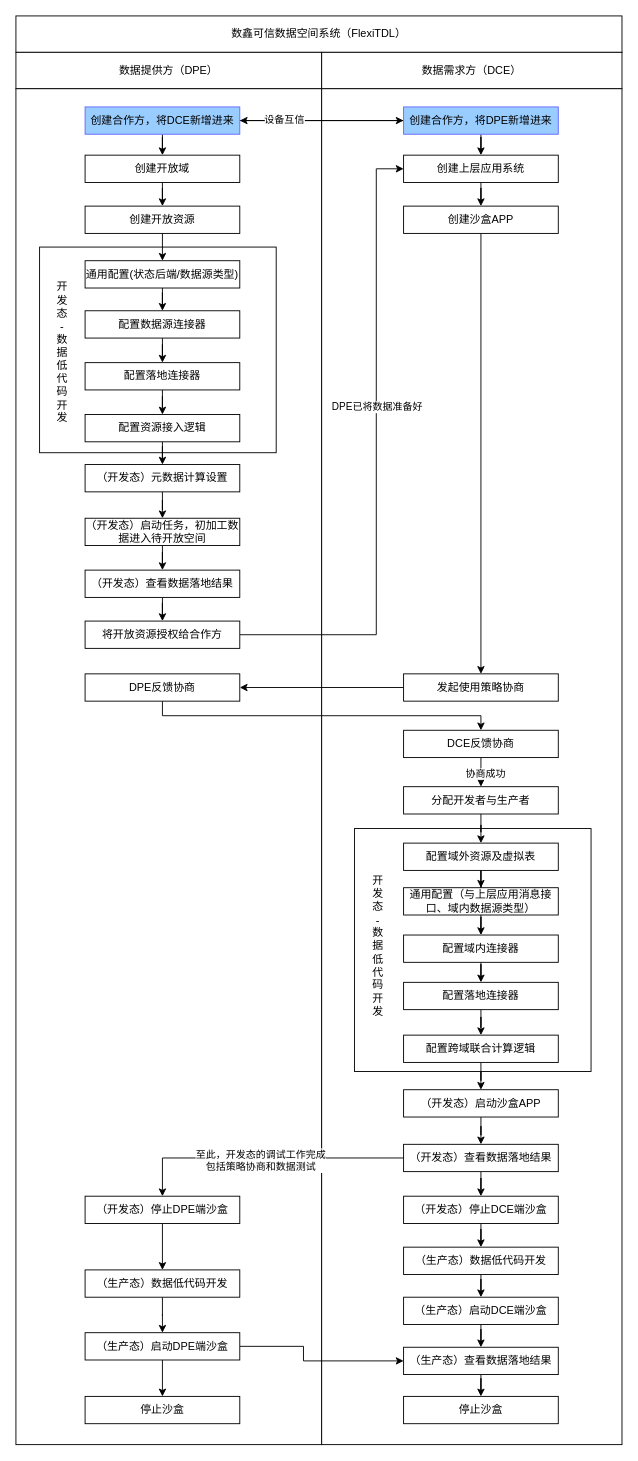
Before: page "第 2 页" (2 of 2) of 数鑫流程.drawio in MiracleEgo/pmp, a draw.io diagram. Source tidied: cells renumbered, new cells numbered last; positions are measured from the earlier drawing's top-left corner, leaving out a move shared by most shapes. Both pictures are drawn from the tidied source at 91%, with x=0, y=0 at pixel (15, 15).
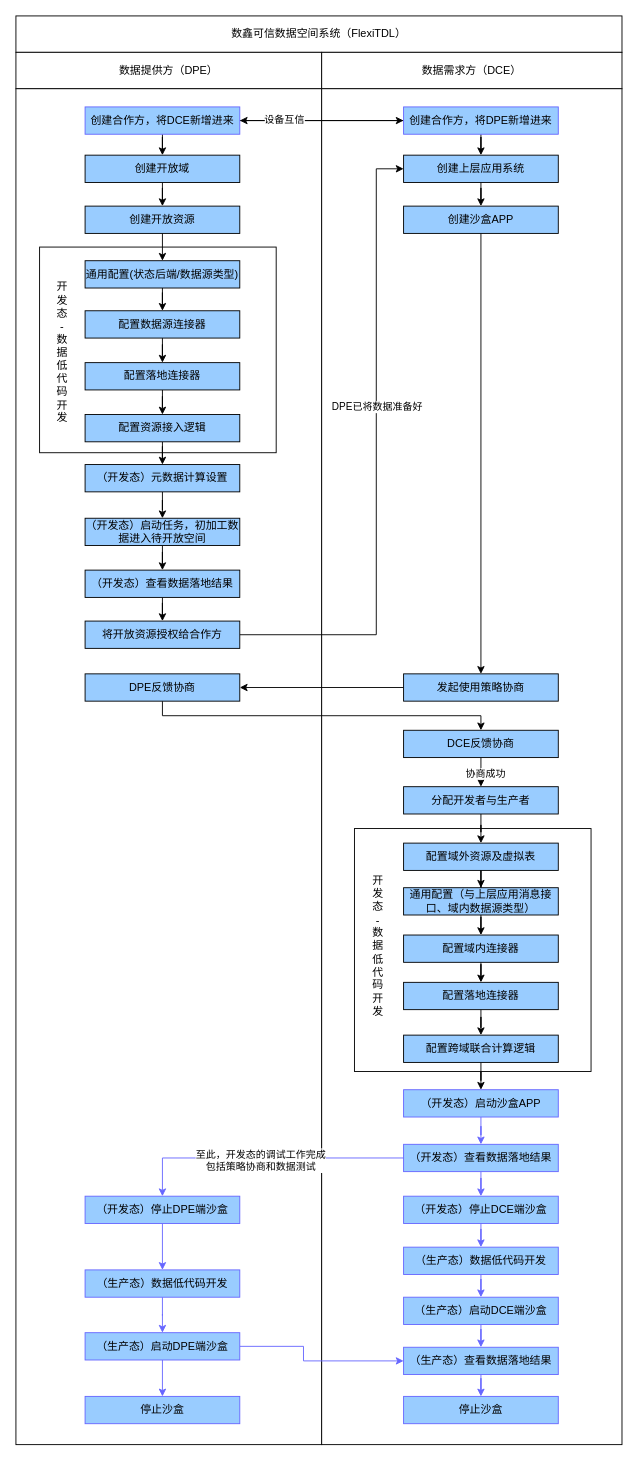
The same diagram, later.

Commit message (it also covers changes not shown here):
更新数鑫流程.drawio

What changed in the source:
```diff
@@
-    <mxCell id="14" style="edgeStyle=orthogonalEdgeStyle;rounded=0;jettySize=auto;html=1;" parent="1" edge="1" source="15" target="16">
+    <mxCell id="14" style="edgeStyle=orthogonalEdgeStyle;rounded=0;jettySize=auto;html=1;fillColor=#99CCFF;" parent="1" edge="1" source="15" target="16">
       <mxGeometry relative="1" as="geometry" />
     </mxCell>
-    <mxCell id="15" value="创建开放域" style="rounded=0;whiteSpace=wrap;html=1;" parent="1" vertex="1">
+    <mxCell id="15" value="创建开放域" style="rounded=0;whiteSpace=wrap;html=1;fillColor=#99CCFF;" parent="1" vertex="1">
       <mxGeometry x="76" y="153" width="170" height="30" as="geometry" />
     </mxCell>
-    <mxCell id="16" value="创建开放资源" style="rounded=0;whiteSpace=wrap;html=1;" parent="1" vertex="1">
+    <mxCell id="16" value="创建开放资源" style="rounded=0;whiteSpace=wrap;html=1;fillColor=#99CCFF;" parent="1" vertex="1">
       <mxGeometry x="76" y="209" width="170" height="30" as="geometry" />
     </mxCell>
-    <mxCell id="17" style="edgeStyle=orthogonalEdgeStyle;rounded=0;jettySize=auto;html=1;" parent="1" edge="1" source="18" target="20">
+    <mxCell id="17" style="edgeStyle=orthogonalEdgeStyle;rounded=0;jettySize=auto;html=1;fillColor=#99CCFF;" parent="1" edge="1" source="18" target="20">
       <mxGeometry relative="1" as="geometry" />
     </mxCell>
-    <mxCell id="18" value="创建上层应用系统" style="rounded=0;whiteSpace=wrap;html=1;" parent="1" vertex="1">
+    <mxCell id="18" value="创建上层应用系统" style="rounded=0;whiteSpace=wrap;html=1;fillColor=#99CCFF;" parent="1" vertex="1">
       <mxGeometry x="426" y="153" width="170" height="30" as="geometry" />
     </mxCell>
@@
-    <mxCell id="20" value="创建沙盒APP" style="rounded=0;whiteSpace=wrap;html=1;" parent="1" vertex="1">
+    <mxCell id="20" value="创建沙盒APP" style="rounded=0;whiteSpace=wrap;html=1;fillColor=#99CCFF;" parent="1" vertex="1">
       <mxGeometry x="426" y="209" width="170" height="30" as="geometry" />
     </mxCell>
@@
-    <mxCell id="22" value="发起使用策略协商" style="rounded=0;whiteSpace=wrap;html=1;" parent="1" vertex="1">
+    <mxCell id="22" value="发起使用策略协商" style="rounded=0;whiteSpace=wrap;html=1;fillColor=#99CCFF;" parent="1" vertex="1">
       <mxGeometry x="426" y="723" width="170" height="30" as="geometry" />
     </mxCell>
@@
-    <mxCell id="24" value="DPE反馈协商" style="rounded=0;whiteSpace=wrap;html=1;" parent="1" vertex="1">
+    <mxCell id="24" value="DPE反馈协商" style="rounded=0;whiteSpace=wrap;html=1;fillColor=#99CCFF;" parent="1" vertex="1">
       <mxGeometry x="76" y="723" width="170" height="30" as="geometry" />
     </mxCell>
-    <mxCell id="25" style="edgeStyle=orthogonalEdgeStyle;rounded=0;jettySize=auto;html=1;" parent="1" edge="1" source="27" target="82">
+    <mxCell id="25" style="edgeStyle=orthogonalEdgeStyle;rounded=0;jettySize=auto;html=1;fillColor=#99CCFF;" parent="1" edge="1" source="27" target="82">
       <mxGeometry relative="1" as="geometry" />
     </mxCell>
-    <mxCell id="26" value="协商成功" style="edgeLabel;html=1;align=center;verticalAlign=middle;" parent="25" vertex="1">
+    <mxCell id="26" value="协商成功" style="edgeLabel;html=1;align=center;verticalAlign=middle;fillColor=#99CCFF;" parent="25" vertex="1">
       <mxGeometry x="0.38" y="4" relative="1" as="geometry" />
     </mxCell>
-    <mxCell id="27" value="DCE反馈协商" style="rounded=0;whiteSpace=wrap;html=1;" parent="1" vertex="1">
+    <mxCell id="27" value="DCE反馈协商" style="rounded=0;whiteSpace=wrap;html=1;fillColor=#99CCFF;" parent="1" vertex="1">
       <mxGeometry x="426" y="785" width="170" height="30" as="geometry" />
     </mxCell>
-    <mxCell id="28" value="停止沙盒" style="rounded=0;whiteSpace=wrap;html=1;" parent="1" vertex="1">
+    <mxCell id="28" value="停止沙盒" style="rounded=0;whiteSpace=wrap;html=1;fillColor=#99CCFF;strokeColor=#6666FF;" parent="1" vertex="1">
       <mxGeometry x="76" y="1517" width="170" height="30" as="geometry" />
     </mxCell>
-    <mxCell id="29" value="停止沙盒" style="rounded=0;whiteSpace=wrap;html=1;" parent="1" vertex="1">
+    <mxCell id="29" value="停止沙盒" style="rounded=0;whiteSpace=wrap;html=1;fillColor=#99CCFF;strokeColor=#6666FF;" parent="1" vertex="1">
       <mxGeometry x="426" y="1517" width="170" height="30" as="geometry" />
     </mxCell>
-    <mxCell id="30" style="edgeStyle=orthogonalEdgeStyle;rounded=0;jettySize=auto;html=1;entryX=0.5;entryY=0;entryDx=0;entryDy=0;" parent="1" edge="1" source="31" target="70">
+    <mxCell id="30" style="edgeStyle=orthogonalEdgeStyle;rounded=0;jettySize=auto;html=1;entryX=0.5;entryY=0;entryDx=0;entryDy=0;fillColor=#99CCFF;" parent="1" edge="1" source="31" target="70">
       <mxGeometry relative="1" as="geometry" />
     </mxCell>
-    <mxCell id="31" value="（开发态）启动任务，初加工数据进入待开放空间" style="rounded=0;whiteSpace=wrap;html=1;" parent="1" vertex="1">
+    <mxCell id="31" value="（开发态）启动任务，初加工数据进入待开放空间" style="rounded=0;whiteSpace=wrap;html=1;fillColor=#99CCFF;" parent="1" vertex="1">
       <mxGeometry x="76" y="552" width="170" height="30" as="geometry" />
     </mxCell>
@@
-    <mxCell id="34" value="将开放资源授权给合作方" style="rounded=0;whiteSpace=wrap;html=1;" parent="1" vertex="1">
+    <mxCell id="34" value="将开放资源授权给合作方" style="rounded=0;whiteSpace=wrap;html=1;fillColor=#99CCFF;" parent="1" vertex="1">
       <mxGeometry x="76" y="665" width="170" height="30" as="geometry" />
     </mxCell>
@@
-    <mxCell id="36" style="edgeStyle=orthogonalEdgeStyle;rounded=0;jettySize=auto;html=1;entryX=0.5;entryY=0;entryDx=0;entryDy=0;" parent="1" edge="1" source="37" target="41">
+    <mxCell id="36" style="edgeStyle=orthogonalEdgeStyle;rounded=0;jettySize=auto;html=1;entryX=0.5;entryY=0;entryDx=0;entryDy=0;fillColor=#99CCFF;strokeColor=#6666FF;" parent="1" edge="1" source="37" target="41">
       <mxGeometry relative="1" as="geometry" />
     </mxCell>
-    <mxCell id="37" value="（开发态）启动沙盒APP" style="rounded=0;whiteSpace=wrap;html=1;" parent="1" vertex="1">
+    <mxCell id="37" value="（开发态）启动沙盒APP" style="rounded=0;whiteSpace=wrap;html=1;fillColor=#99CCFF;strokeColor=#6666FF;" parent="1" vertex="1">
       <mxGeometry x="426" y="1180" width="170" height="30" as="geometry" />
     </mxCell>
-    <mxCell id="38" style="edgeStyle=orthogonalEdgeStyle;rounded=0;jettySize=auto;html=1;entryX=0.5;entryY=0;entryDx=0;entryDy=0;" parent="1" edge="1" source="41" target="51">
+    <mxCell id="38" style="edgeStyle=orthogonalEdgeStyle;rounded=0;jettySize=auto;html=1;entryX=0.5;entryY=0;entryDx=0;entryDy=0;fillColor=#99CCFF;strokeColor=#6666FF;" parent="1" edge="1" source="41" target="51">
       <mxGeometry relative="1" as="geometry" />
     </mxCell>
-    <mxCell id="39" value="至此，开发态的调试工作完成&lt;div&gt;包括策略协商和数据测试&lt;/div&gt;" style="edgeLabel;html=1;align=center;verticalAlign=middle;" parent="38" vertex="1">
+    <mxCell id="39" value="至此，开发态的调试工作完成&lt;div&gt;包括策略协商和数据测试&lt;/div&gt;" style="edgeLabel;html=1;align=center;verticalAlign=middle;fillColor=#99CCFF;strokeColor=#6666FF;" parent="38" vertex="1">
       <mxGeometry x="0.03" y="2" relative="1" as="geometry" />
     </mxCell>
-    <mxCell id="40" style="edgeStyle=orthogonalEdgeStyle;rounded=0;jettySize=auto;html=1;entryX=0.5;entryY=0;entryDx=0;entryDy=0;" parent="1" edge="1" source="41" target="43">
+    <mxCell id="40" style="edgeStyle=orthogonalEdgeStyle;rounded=0;jettySize=auto;html=1;entryX=0.5;entryY=0;entryDx=0;entryDy=0;fillColor=#99CCFF;strokeColor=#6666FF;" parent="1" edge="1" source="41" target="43">
       <mxGeometry relative="1" as="geometry" />
     </mxCell>
-    <mxCell id="41" value="（开发态）查看数据落地结果" style="rounded=0;whiteSpace=wrap;html=1;" parent="1" vertex="1">
+    <mxCell id="41" value="（开发态）查看数据落地结果" style="rounded=0;whiteSpace=wrap;html=1;fillColor=#99CCFF;strokeColor=#6666FF;" parent="1" vertex="1">
       <mxGeometry x="426" y="1240" width="170" height="30" as="geometry" />
     </mxCell>
-    <mxCell id="42" style="edgeStyle=orthogonalEdgeStyle;rounded=0;jettySize=auto;html=1;entryX=0.5;entryY=0;entryDx=0;entryDy=0;" parent="1" edge="1" source="43" target="45">
+    <mxCell id="42" style="edgeStyle=orthogonalEdgeStyle;rounded=0;jettySize=auto;html=1;entryX=0.5;entryY=0;entryDx=0;entryDy=0;fillColor=#99CCFF;strokeColor=#6666FF;" parent="1" edge="1" source="43" target="45">
       <mxGeometry relative="1" as="geometry" />
     </mxCell>
-    <mxCell id="43" value="（开发态）停止DCE端沙盒" style="rounded=0;whiteSpace=wrap;html=1;" parent="1" vertex="1">
+    <mxCell id="43" value="（开发态）停止DCE端沙盒" style="rounded=0;whiteSpace=wrap;html=1;fillColor=#99CCFF;strokeColor=#6666FF;" parent="1" vertex="1">
       <mxGeometry x="426" y="1297" width="170" height="30" as="geometry" />
     </mxCell>
-    <mxCell id="44" style="edgeStyle=orthogonalEdgeStyle;rounded=0;jettySize=auto;html=1;entryX=0.5;entryY=0;entryDx=0;entryDy=0;" parent="1" edge="1" source="45" target="47">
+    <mxCell id="44" style="edgeStyle=orthogonalEdgeStyle;rounded=0;jettySize=auto;html=1;entryX=0.5;entryY=0;entryDx=0;entryDy=0;fillColor=#99CCFF;strokeColor=#6666FF;" parent="1" edge="1" source="45" target="47">
       <mxGeometry relative="1" as="geometry" />
     </mxCell>
-    <mxCell id="45" value="（生产态）数据低代码开发" style="rounded=0;whiteSpace=wrap;html=1;" parent="1" vertex="1">
+    <mxCell id="45" value="（生产态）数据低代码开发" style="rounded=0;whiteSpace=wrap;html=1;fillColor=#99CCFF;strokeColor=#6666FF;" parent="1" vertex="1">
       <mxGeometry x="426" y="1353" width="170" height="30" as="geometry" />
     </mxCell>
-    <mxCell id="46" style="edgeStyle=orthogonalEdgeStyle;rounded=0;jettySize=auto;html=1;" parent="1" edge="1" source="47" target="49">
+    <mxCell id="46" style="edgeStyle=orthogonalEdgeStyle;rounded=0;jettySize=auto;html=1;fillColor=#99CCFF;strokeColor=#6666FF;" parent="1" edge="1" source="47" target="49">
       <mxGeometry relative="1" as="geometry" />
     </mxCell>
-    <mxCell id="47" value="（生产态）启动DCE端沙盒" style="rounded=0;whiteSpace=wrap;html=1;" parent="1" vertex="1">
+    <mxCell id="47" value="（生产态）启动DCE端沙盒" style="rounded=0;whiteSpace=wrap;html=1;fillColor=#99CCFF;strokeColor=#6666FF;" parent="1" vertex="1">
       <mxGeometry x="426" y="1408" width="170" height="30" as="geometry" />
     </mxCell>
-    <mxCell id="48" style="edgeStyle=orthogonalEdgeStyle;rounded=0;jettySize=auto;html=1;" parent="1" edge="1" source="49" target="29">
+    <mxCell id="48" style="edgeStyle=orthogonalEdgeStyle;rounded=0;jettySize=auto;html=1;fillColor=#99CCFF;strokeColor=#6666FF;" parent="1" edge="1" source="49" target="29">
       <mxGeometry relative="1" as="geometry" />
     </mxCell>
-    <mxCell id="49" value="（生产态）查看数据落地结果" style="rounded=0;whiteSpace=wrap;html=1;" parent="1" vertex="1">
+    <mxCell id="49" value="（生产态）查看数据落地结果" style="rounded=0;whiteSpace=wrap;html=1;fillColor=#99CCFF;strokeColor=#6666FF;" parent="1" vertex="1">
       <mxGeometry x="426" y="1463" width="170" height="30" as="geometry" />
     </mxCell>
-    <mxCell id="50" style="edgeStyle=orthogonalEdgeStyle;rounded=0;jettySize=auto;html=1;" parent="1" edge="1" source="51" target="53">
+    <mxCell id="50" style="edgeStyle=orthogonalEdgeStyle;rounded=0;jettySize=auto;html=1;fillColor=#99CCFF;strokeColor=#6666FF;" parent="1" edge="1" source="51" target="53">
       <mxGeometry relative="1" as="geometry" />
     </mxCell>
-    <mxCell id="51" value="（开发态）停止DPE端沙盒" style="rounded=0;whiteSpace=wrap;html=1;" parent="1" vertex="1">
+    <mxCell id="51" value="（开发态）停止DPE端沙盒" style="rounded=0;whiteSpace=wrap;html=1;fillColor=#99CCFF;strokeColor=#6666FF;" parent="1" vertex="1">
       <mxGeometry x="76" y="1297" width="170" height="30" as="geometry" />
     </mxCell>
-    <mxCell id="52" style="edgeStyle=orthogonalEdgeStyle;rounded=0;jettySize=auto;html=1;" parent="1" edge="1" source="53" target="56">
+    <mxCell id="52" style="edgeStyle=orthogonalEdgeStyle;rounded=0;jettySize=auto;html=1;fillColor=#99CCFF;strokeColor=#6666FF;" parent="1" edge="1" source="53" target="56">
       <mxGeometry relative="1" as="geometry" />
     </mxCell>
-    <mxCell id="53" value="（生产态）数据低代码开发" style="rounded=0;whiteSpace=wrap;html=1;" parent="1" vertex="1">
+    <mxCell id="53" value="（生产态）数据低代码开发" style="rounded=0;whiteSpace=wrap;html=1;fillColor=#99CCFF;strokeColor=#6666FF;" parent="1" vertex="1">
       <mxGeometry x="76" y="1378" width="170" height="30" as="geometry" />
     </mxCell>
-    <mxCell id="54" style="edgeStyle=orthogonalEdgeStyle;rounded=0;jettySize=auto;html=1;" parent="1" edge="1" source="56" target="28">
+    <mxCell id="54" style="edgeStyle=orthogonalEdgeStyle;rounded=0;jettySize=auto;html=1;fillColor=#99CCFF;strokeColor=#6666FF;" parent="1" edge="1" source="56" target="28">
       <mxGeometry relative="1" as="geometry" />
     </mxCell>
-    <mxCell id="55" style="edgeStyle=orthogonalEdgeStyle;rounded=0;jettySize=auto;html=1;entryX=0;entryY=0.5;entryDx=0;entryDy=0;" parent="1" edge="1" source="56" target="49">
+    <mxCell id="55" style="edgeStyle=orthogonalEdgeStyle;rounded=0;jettySize=auto;html=1;entryX=0;entryY=0.5;entryDx=0;entryDy=0;fillColor=#99CCFF;strokeColor=#6666FF;" parent="1" edge="1" source="56" target="49">
       <mxGeometry relative="1" as="geometry">
         <Array as="points">
           <mxPoint x="316" y="1462" />
           <mxPoint x="316" y="1478" />
         </Array>
       </mxGeometry>
     </mxCell>
-    <mxCell id="56" value="（生产态）启动DPE端沙盒" style="rounded=0;whiteSpace=wrap;html=1;" parent="1" vertex="1">
+    <mxCell id="56" value="（生产态）启动DPE端沙盒" style="rounded=0;whiteSpace=wrap;html=1;fillColor=#99CCFF;strokeColor=#6666FF;" parent="1" vertex="1">
       <mxGeometry x="76" y="1447" width="170" height="30" as="geometry" />
     </mxCell>
-    <mxCell id="57" style="edgeStyle=orthogonalEdgeStyle;rounded=0;jettySize=auto;html=1;entryX=0.5;entryY=0;entryDx=0;entryDy=0;" parent="1" edge="1" source="58" target="60">
+    <mxCell id="57" style="edgeStyle=orthogonalEdgeStyle;rounded=0;jettySize=auto;html=1;entryX=0.5;entryY=0;entryDx=0;entryDy=0;fillColor=#99CCFF;" parent="1" edge="1" source="58" target="60">
       <mxGeometry relative="1" as="geometry" />
     </mxCell>
-    <mxCell id="58" value="通用配置(状态后端/数据源类型)" style="rounded=0;whiteSpace=wrap;html=1;" parent="1" vertex="1">
+    <mxCell id="58" value="通用配置(状态后端/数据源类型)" style="rounded=0;whiteSpace=wrap;html=1;fillColor=#99CCFF;" parent="1" vertex="1">
       <mxGeometry x="76" y="269" width="170" height="30" as="geometry" />
     </mxCell>
-    <mxCell id="59" style="edgeStyle=orthogonalEdgeStyle;rounded=0;jettySize=auto;html=1;entryX=0.5;entryY=0;entryDx=0;entryDy=0;" parent="1" edge="1" source="60" target="62">
+    <mxCell id="59" style="edgeStyle=orthogonalEdgeStyle;rounded=0;jettySize=auto;html=1;entryX=0.5;entryY=0;entryDx=0;entryDy=0;fillColor=#99CCFF;" parent="1" edge="1" source="60" target="62">
       <mxGeometry relative="1" as="geometry" />
     </mxCell>
-    <mxCell id="60" value="配置数据源连接器" style="rounded=0;whiteSpace=wrap;html=1;" parent="1" vertex="1">
+    <mxCell id="60" value="配置数据源连接器" style="rounded=0;whiteSpace=wrap;html=1;fillColor=#99CCFF;" parent="1" vertex="1">
       <mxGeometry x="76" y="324" width="170" height="30" as="geometry" />
     </mxCell>
-    <mxCell id="61" style="edgeStyle=orthogonalEdgeStyle;rounded=0;jettySize=auto;html=1;" parent="1" edge="1" source="62" target="64">
+    <mxCell id="61" style="edgeStyle=orthogonalEdgeStyle;rounded=0;jettySize=auto;html=1;fillColor=#99CCFF;" parent="1" edge="1" source="62" target="64">
       <mxGeometry relative="1" as="geometry" />
     </mxCell>
-    <mxCell id="62" value="配置落地连接器" style="rounded=0;whiteSpace=wrap;html=1;" parent="1" vertex="1">
+    <mxCell id="62" value="配置落地连接器" style="rounded=0;whiteSpace=wrap;html=1;fillColor=#99CCFF;" parent="1" vertex="1">
       <mxGeometry x="76" y="381" width="170" height="30" as="geometry" />
     </mxCell>
@@
-    <mxCell id="64" value="配置资源接入逻辑" style="rounded=0;whiteSpace=wrap;html=1;" parent="1" vertex="1">
+    <mxCell id="64" value="配置资源接入逻辑" style="rounded=0;whiteSpace=wrap;html=1;fillColor=#99CCFF;" parent="1" vertex="1">
       <mxGeometry x="76" y="438" width="170" height="30" as="geometry" />
     </mxCell>
@@
-    <mxCell id="66" value="开发态&lt;div&gt;-&lt;/div&gt;&lt;div&gt;数据低代码开发&lt;/div&gt;" style="text;html=1;align=center;verticalAlign=middle;whiteSpace=wrap;rounded=0;" parent="1" vertex="1">
+    <mxCell id="66" value="开发态&lt;div&gt;-&lt;/div&gt;&lt;div&gt;数据低代码开发&lt;/div&gt;" style="text;html=1;align=center;verticalAlign=middle;whiteSpace=wrap;rounded=0;fillColor=none;" parent="1" vertex="1">
       <mxGeometry x="39" y="300" width="24" height="140" as="geometry" />
     </mxCell>
-    <mxCell id="67" style="edgeStyle=orthogonalEdgeStyle;rounded=0;jettySize=auto;html=1;" parent="1" edge="1" source="68" target="31">
+    <mxCell id="67" style="edgeStyle=orthogonalEdgeStyle;rounded=0;jettySize=auto;html=1;fillColor=#99CCFF;" parent="1" edge="1" source="68" target="31">
       <mxGeometry relative="1" as="geometry" />
     </mxCell>
-    <mxCell id="68" value="（开发态）元数据计算设置" style="rounded=0;whiteSpace=wrap;html=1;" parent="1" vertex="1">
+    <mxCell id="68" value="（开发态）元数据计算设置" style="rounded=0;whiteSpace=wrap;html=1;fillColor=#99CCFF;" parent="1" vertex="1">
       <mxGeometry x="76" y="493" width="170" height="30" as="geometry" />
     </mxCell>
-    <mxCell id="69" style="edgeStyle=orthogonalEdgeStyle;rounded=0;jettySize=auto;html=1;" parent="1" edge="1" source="70" target="34">
+    <mxCell id="69" style="edgeStyle=orthogonalEdgeStyle;rounded=0;jettySize=auto;html=1;fillColor=#99CCFF;" parent="1" edge="1" source="70" target="34">
       <mxGeometry relative="1" as="geometry" />
     </mxCell>
-    <mxCell id="70" value="（开发态）查看数据落地结果" style="rounded=0;whiteSpace=wrap;html=1;" parent="1" vertex="1">
+    <mxCell id="70" value="（开发态）查看数据落地结果" style="rounded=0;whiteSpace=wrap;html=1;fillColor=#99CCFF;" parent="1" vertex="1">
       <mxGeometry x="76" y="609" width="170" height="30" as="geometry" />
     </mxCell>
@@
-    <mxCell id="72" style="edgeStyle=orthogonalEdgeStyle;rounded=0;jettySize=auto;html=1;entryX=0.5;entryY=0;entryDx=0;entryDy=0;" parent="1" edge="1" source="73" target="75">
+    <mxCell id="72" style="edgeStyle=orthogonalEdgeStyle;rounded=0;jettySize=auto;html=1;entryX=0.5;entryY=0;entryDx=0;entryDy=0;fillColor=#99CCFF;" parent="1" edge="1" source="73" target="75">
       <mxGeometry relative="1" as="geometry" />
     </mxCell>
-    <mxCell id="73" value="配置域外资源及虚拟表" style="rounded=0;whiteSpace=wrap;html=1;" parent="1" vertex="1">
+    <mxCell id="73" value="配置域外资源及虚拟表" style="rounded=0;whiteSpace=wrap;html=1;fillColor=#99CCFF;" parent="1" vertex="1">
       <mxGeometry x="426" y="909" width="170" height="30" as="geometry" />
     </mxCell>
-    <mxCell id="74" style="edgeStyle=orthogonalEdgeStyle;rounded=0;jettySize=auto;html=1;entryX=0.5;entryY=0;entryDx=0;entryDy=0;" parent="1" edge="1" source="75" target="77">
+    <mxCell id="74" style="edgeStyle=orthogonalEdgeStyle;rounded=0;jettySize=auto;html=1;entryX=0.5;entryY=0;entryDx=0;entryDy=0;fillColor=#99CCFF;" parent="1" edge="1" source="75" target="77">
       <mxGeometry relative="1" as="geometry" />
     </mxCell>
-    <mxCell id="75" value="通用配置（与上层应用消息接口、域内数据源类型）" style="rounded=0;whiteSpace=wrap;html=1;" parent="1" vertex="1">
+    <mxCell id="75" value="通用配置（与上层应用消息接口、域内数据源类型）" style="rounded=0;whiteSpace=wrap;html=1;fillColor=#99CCFF;" parent="1" vertex="1">
       <mxGeometry x="426" y="958" width="170" height="30" as="geometry" />
     </mxCell>
-    <mxCell id="76" style="edgeStyle=orthogonalEdgeStyle;rounded=0;jettySize=auto;html=1;" parent="1" edge="1" source="77" target="79">
+    <mxCell id="76" style="edgeStyle=orthogonalEdgeStyle;rounded=0;jettySize=auto;html=1;fillColor=#99CCFF;" parent="1" edge="1" source="77" target="79">
       <mxGeometry relative="1" as="geometry" />
     </mxCell>
-    <mxCell id="77" value="配置域内连接器" style="rounded=0;whiteSpace=wrap;html=1;" parent="1" vertex="1">
+    <mxCell id="77" value="配置域内连接器" style="rounded=0;whiteSpace=wrap;html=1;fillColor=#99CCFF;" parent="1" vertex="1">
       <mxGeometry x="426" y="1010" width="170" height="30" as="geometry" />
     </mxCell>
-    <mxCell id="78" style="edgeStyle=orthogonalEdgeStyle;rounded=0;jettySize=auto;html=1;" parent="1" edge="1" source="79" target="84">
+    <mxCell id="78" style="edgeStyle=orthogonalEdgeStyle;rounded=0;jettySize=auto;html=1;fillColor=#99CCFF;" parent="1" edge="1" source="79" target="84">
       <mxGeometry relative="1" as="geometry" />
     </mxCell>
-    <mxCell id="79" value="配置落地连接器" style="rounded=0;whiteSpace=wrap;html=1;" parent="1" vertex="1">
+    <mxCell id="79" value="配置落地连接器" style="rounded=0;whiteSpace=wrap;html=1;fillColor=#99CCFF;" parent="1" vertex="1">
       <mxGeometry x="426" y="1062" width="170" height="30" as="geometry" />
     </mxCell>
@@
-    <mxCell id="81" style="edgeStyle=orthogonalEdgeStyle;rounded=0;jettySize=auto;html=1;entryX=0.5;entryY=0;entryDx=0;entryDy=0;" parent="1" edge="1" source="82" target="73">
+    <mxCell id="81" style="edgeStyle=orthogonalEdgeStyle;rounded=0;jettySize=auto;html=1;entryX=0.5;entryY=0;entryDx=0;entryDy=0;fillColor=#99CCFF;" parent="1" edge="1" source="82" target="73">
       <mxGeometry relative="1" as="geometry" />
     </mxCell>
-    <mxCell id="82" value="分配开发者与生产者" style="rounded=0;whiteSpace=wrap;html=1;" parent="1" vertex="1">
+    <mxCell id="82" value="分配开发者与生产者" style="rounded=0;whiteSpace=wrap;html=1;fillColor=#99CCFF;" parent="1" vertex="1">
       <mxGeometry x="426" y="847" width="170" height="30" as="geometry" />
     </mxCell>
@@
-    <mxCell id="84" value="配置跨域联合计算逻辑" style="rounded=0;whiteSpace=wrap;html=1;" parent="1" vertex="1">
+    <mxCell id="84" value="配置跨域联合计算逻辑" style="rounded=0;whiteSpace=wrap;html=1;fillColor=#99CCFF;" parent="1" vertex="1">
       <mxGeometry x="426" y="1120" width="170" height="30" as="geometry" />
     </mxCell>
```
